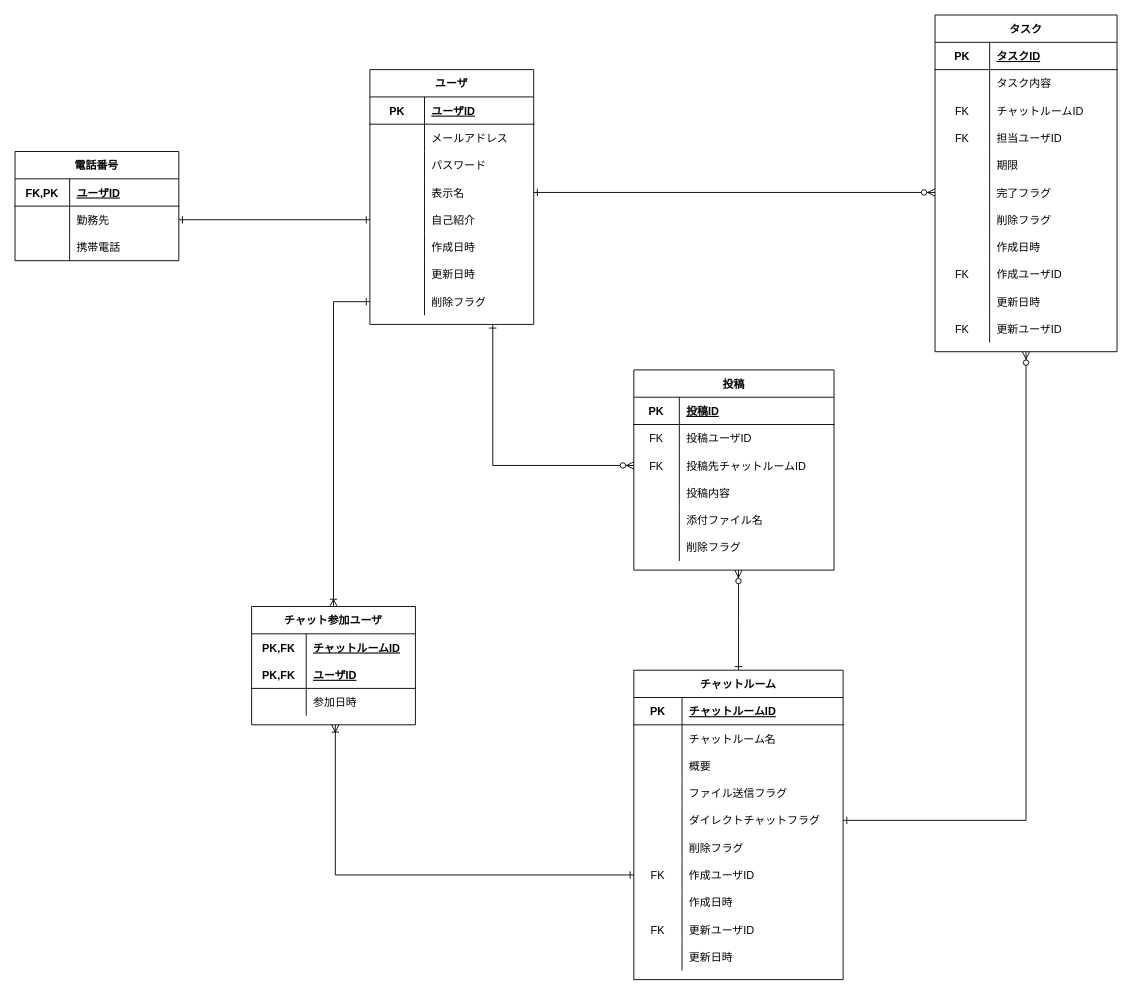
Earlier version of the draw.io diagram db/db-challenge1/chatwork.dio (mb-c16h18n3scl31985/quelcode-db). Source tidied: cells renumbered, new cells numbered last; positions are measured from the earlier drawing's top-left corner, leaving out a move shared by most shapes. Both pictures are drawn from the tidied source at 91%, with x=0, y=0 at pixel (15, 15).
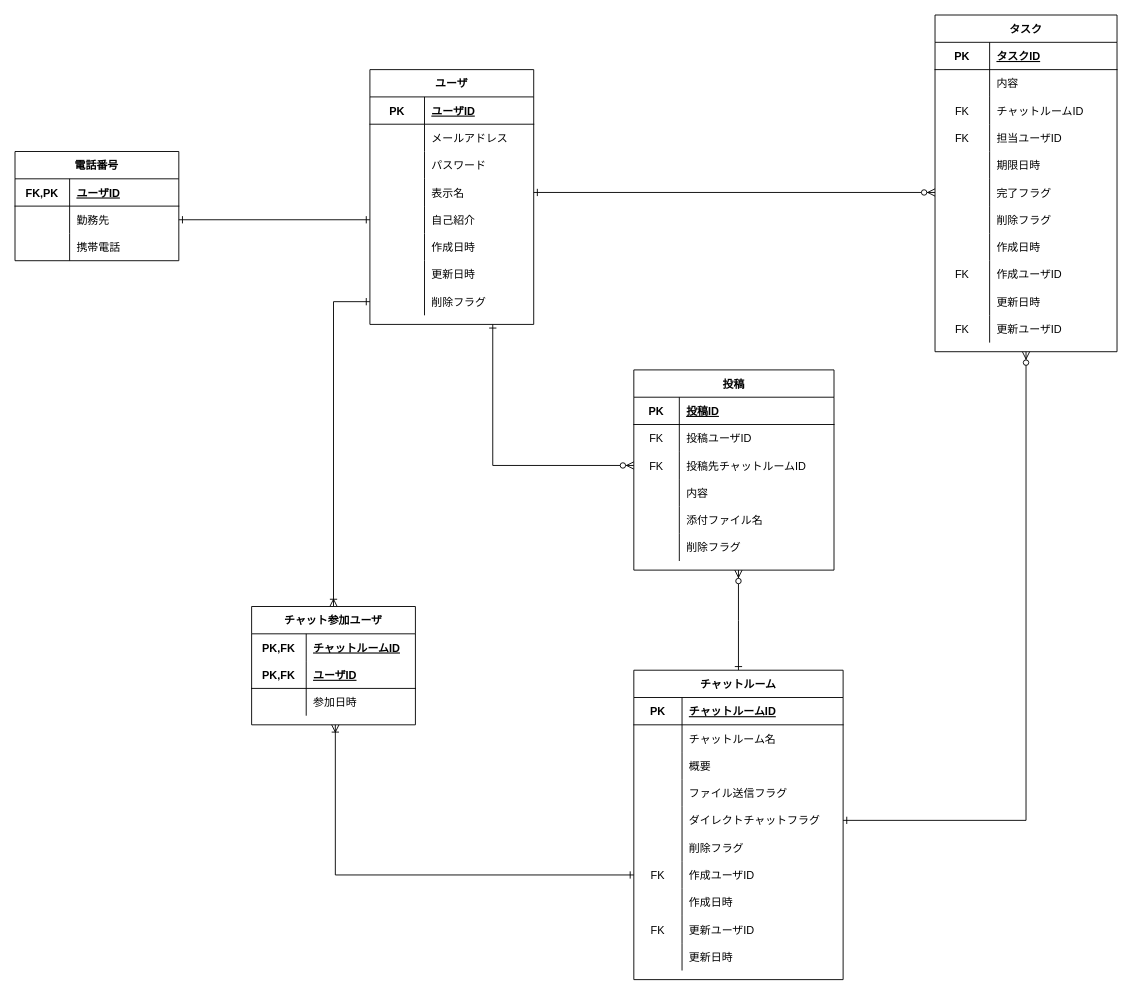
After the change.

Commit message:
属性名調整

The change refers to these unchanged cells:
```xml
<mxCell id="58" style="shape=partialRectangle;fillColor=none;top=0;left=0;bottom=0;right=0;" parent="54" vertex="1">
  <mxGeometry y="60" width="200" height="30" as="geometry" />
</mxCell>
<mxCell id="67" style="shape=partialRectangle;fillColor=none;top=0;left=0;bottom=0;right=0;" parent="54" vertex="1">
  <mxGeometry y="150" width="200" height="30" as="geometry" />
</mxCell>
<mxCell id="98" style="shape=partialRectangle;fillColor=none;top=0;left=0;bottom=0;right=0;" parent="88" vertex="1">
  <mxGeometry y="120" width="220" height="30" as="geometry" />
</mxCell>
```

What changed in the source:
```diff
@@
-    <mxCell id="60" value="タスク内容" style="shape=partialRectangle;fillColor=none;top=0;left=0;bottom=0;right=0;align=left;spacingLeft=6;overflow=hidden;" parent="58" vertex="1">
+    <mxCell id="60" value="内容" style="shape=partialRectangle;fillColor=none;top=0;left=0;bottom=0;right=0;align=left;spacingLeft=6;overflow=hidden;" parent="58" vertex="1">
       <mxGeometry x="60" width="140" height="30" as="geometry" />
     </mxCell>
@@
-    <mxCell id="69" value="期限" style="shape=partialRectangle;fillColor=none;top=0;left=0;bottom=0;right=0;align=left;spacingLeft=6;overflow=hidden;" parent="67" vertex="1">
+    <mxCell id="69" value="期限日時" style="shape=partialRectangle;fillColor=none;top=0;left=0;bottom=0;right=0;align=left;spacingLeft=6;overflow=hidden;" parent="67" vertex="1">
       <mxGeometry x="60" width="140" height="30" as="geometry" />
     </mxCell>
@@
-    <mxCell id="100" value="投稿内容" style="shape=partialRectangle;fillColor=none;top=0;left=0;bottom=0;right=0;align=left;spacingLeft=6;overflow=hidden;" parent="98" vertex="1">
+    <mxCell id="100" value="内容" style="shape=partialRectangle;fillColor=none;top=0;left=0;bottom=0;right=0;align=left;spacingLeft=6;overflow=hidden;" parent="98" vertex="1">
       <mxGeometry x="50" width="170" height="30" as="geometry" />
     </mxCell>
```
